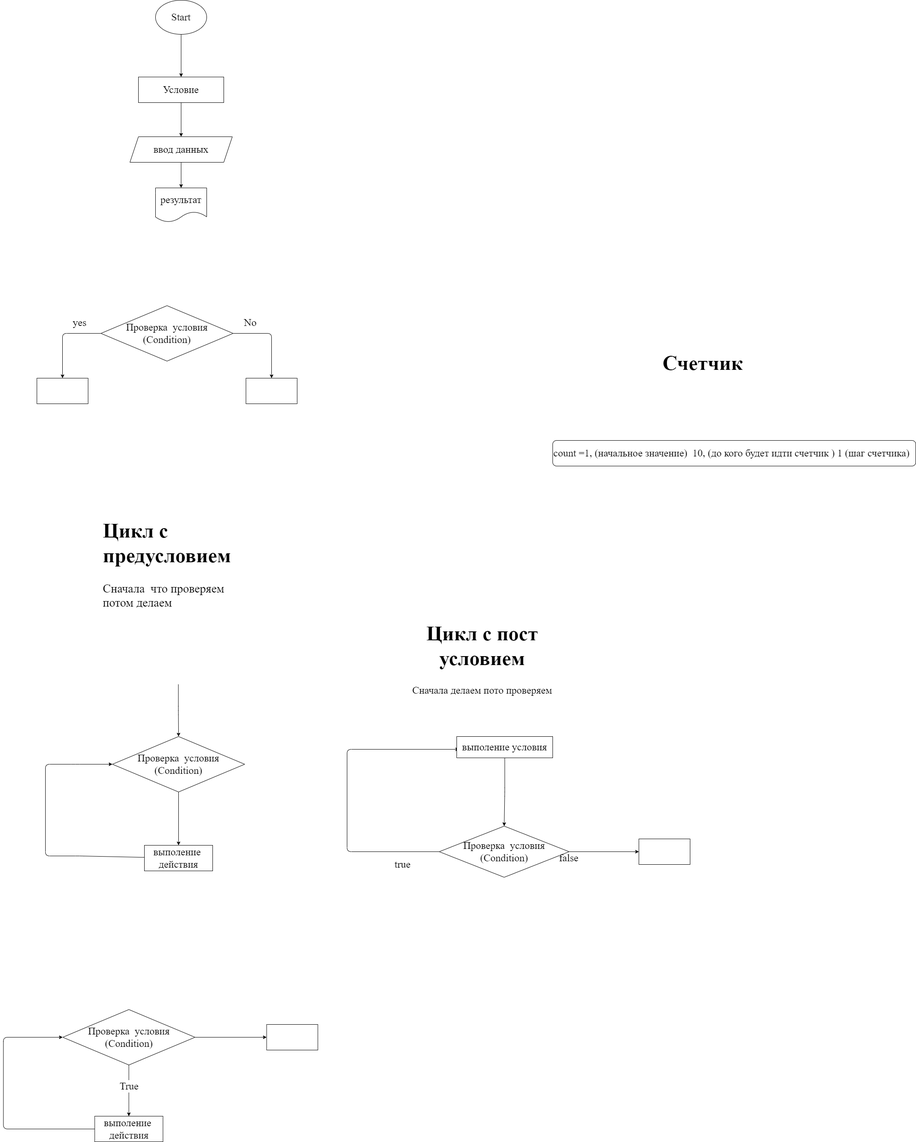
Earlier version of the draw.io export ex000.drawio.png (Fokin1991/practic). Source tidied: cells renumbered, new cells last; positions are measured from the earlier drawing's top-left corner, leaving out a move shared by most shapes. The source it was exported from:
```xml
<mxGraphModel>
  <root>
    <mxCell id="0" />
    <mxCell id="1" parent="0" />
    <mxCell id="2" style="edgeStyle=none;html=1;exitX=0.5;exitY=1;exitDx=0;exitDy=0;fontFamily=Times New Roman;fontSize=24;" parent="1" edge="1" source="3">
      <mxGeometry relative="1" as="geometry">
        <mxPoint x="416" y="180" as="targetPoint" />
      </mxGeometry>
    </mxCell>
    <mxCell id="3" value="&lt;font face=&quot;Times New Roman&quot; style=&quot;font-size: 24px&quot;&gt;Start&lt;/font&gt;" style="ellipse;whiteSpace=wrap;html=1;" parent="1" vertex="1">
      <mxGeometry x="356" width="120" height="80" as="geometry" />
    </mxCell>
    <mxCell id="4" style="edgeStyle=none;html=1;fontFamily=Times New Roman;fontSize=24;" parent="1" edge="1" source="5" target="7">
      <mxGeometry relative="1" as="geometry" />
    </mxCell>
    <mxCell id="5" value="Условие" style="rounded=0;whiteSpace=wrap;html=1;fontFamily=Times New Roman;fontSize=24;" parent="1" vertex="1">
      <mxGeometry x="316" y="180" width="200" height="60" as="geometry" />
    </mxCell>
    <mxCell id="6" style="edgeStyle=none;html=1;entryX=0.5;entryY=0;entryDx=0;entryDy=0;fontFamily=Times New Roman;fontSize=24;" parent="1" edge="1" source="7" target="8">
      <mxGeometry relative="1" as="geometry" />
    </mxCell>
    <mxCell id="7" value="ввод данных" style="shape=parallelogram;perimeter=parallelogramPerimeter;whiteSpace=wrap;html=1;fixedSize=1;fontSize=24;fontFamily=Times New Roman;rounded=0;" parent="1" vertex="1">
      <mxGeometry x="296" y="320" width="240" height="60" as="geometry" />
    </mxCell>
    <mxCell id="8" value="результат" style="shape=document;whiteSpace=wrap;html=1;boundedLbl=1;fontFamily=Times New Roman;fontSize=24;" parent="1" vertex="1">
      <mxGeometry x="356" y="440" width="120" height="80" as="geometry" />
    </mxCell>
    <mxCell id="9" style="edgeStyle=none;html=1;fontFamily=Times New Roman;fontSize=24;" parent="1" edge="1" source="11">
      <mxGeometry relative="1" as="geometry">
        <mxPoint x="138" y="886" as="targetPoint" />
        <Array as="points">
          <mxPoint x="138" y="781" />
        </Array>
      </mxGeometry>
    </mxCell>
    <mxCell id="10" style="edgeStyle=none;html=1;fontFamily=Times New Roman;fontSize=24;entryX=0.5;entryY=0;entryDx=0;entryDy=0;" parent="1" edge="1" source="11" target="13">
      <mxGeometry relative="1" as="geometry">
        <Array as="points">
          <mxPoint x="628" y="781" />
        </Array>
      </mxGeometry>
    </mxCell>
    <mxCell id="11" value="Проверка&amp;nbsp; условия&lt;br&gt;(Condition)" style="rhombus;whiteSpace=wrap;html=1;fontSize=24;fontFamily=Times New Roman;" parent="1" vertex="1">
      <mxGeometry x="228" y="716" width="310" height="130" as="geometry" />
    </mxCell>
    <mxCell id="12" style="rounded=0;whiteSpace=wrap;html=1;fontFamily=Times New Roman;fontSize=24;" parent="1" vertex="1">
      <mxGeometry x="78" y="886" width="120" height="60" as="geometry" />
    </mxCell>
    <mxCell id="13" style="rounded=0;whiteSpace=wrap;html=1;fontFamily=Times New Roman;fontSize=24;" parent="1" vertex="1">
      <mxGeometry x="568" y="886" width="120" height="60" as="geometry" />
    </mxCell>
    <mxCell id="14" value="yes" style="text;html=1;align=center;verticalAlign=middle;strokeColor=none;fillColor=none;fontSize=24;fontFamily=Times New Roman;" parent="1" vertex="1">
      <mxGeometry x="153" y="741" width="50" height="30" as="geometry" />
    </mxCell>
    <mxCell id="15" value="No" style="text;html=1;align=center;verticalAlign=middle;strokeColor=none;fillColor=none;fontSize=24;fontFamily=Times New Roman;" parent="1" vertex="1">
      <mxGeometry x="553" y="741" width="50" height="30" as="geometry" />
    </mxCell>
    <mxCell id="16" style="edgeStyle=orthogonalEdgeStyle;html=1;entryX=0.5;entryY=0;entryDx=0;entryDy=0;fontFamily=Times New Roman;fontSize=24;" parent="1" edge="1" source="17" target="19">
      <mxGeometry relative="1" as="geometry" />
    </mxCell>
    <mxCell id="17" value="Проверка&amp;nbsp; условия&lt;br&gt;(Condition)" style="rhombus;whiteSpace=wrap;html=1;fontSize=24;fontFamily=Times New Roman;" parent="1" vertex="1">
      <mxGeometry x="255" y="1726" width="310" height="130" as="geometry" />
    </mxCell>
    <mxCell id="18" style="edgeStyle=none;html=1;fontFamily=Times New Roman;fontSize=24;entryX=0;entryY=0.5;entryDx=0;entryDy=0;" parent="1" edge="1" source="19" target="17">
      <mxGeometry relative="1" as="geometry">
        <Array as="points">
          <mxPoint x="178" y="2006" />
          <mxPoint x="98" y="2006" />
          <mxPoint x="98" y="1791" />
          <mxPoint x="168" y="1791" />
        </Array>
      </mxGeometry>
    </mxCell>
    <mxCell id="19" value="выполение&amp;nbsp; действия" style="rounded=0;whiteSpace=wrap;html=1;fontFamily=Times New Roman;fontSize=24;" parent="1" vertex="1">
      <mxGeometry x="330" y="1981" width="160" height="60" as="geometry" />
    </mxCell>
    <mxCell id="20" style="edgeStyle=orthogonalEdgeStyle;html=1;entryX=0;entryY=0.5;entryDx=0;entryDy=0;fontFamily=Times New Roman;fontSize=24;" parent="1" edge="1" source="22" target="25">
      <mxGeometry relative="1" as="geometry" />
    </mxCell>
    <mxCell id="21" style="edgeStyle=orthogonalEdgeStyle;html=1;fontFamily=Times New Roman;fontSize=24;entryX=0.025;entryY=0.6;entryDx=0;entryDy=0;entryPerimeter=0;" parent="1" edge="1" source="22" target="24">
      <mxGeometry relative="1" as="geometry">
        <Array as="points">
          <mxPoint x="805" y="1996" />
          <mxPoint x="805" y="1756" />
        </Array>
      </mxGeometry>
    </mxCell>
    <mxCell id="22" value="Проверка&amp;nbsp; условия&lt;br&gt;(Condition)" style="rhombus;whiteSpace=wrap;html=1;fontSize=24;fontFamily=Times New Roman;" parent="1" vertex="1">
      <mxGeometry x="1021" y="1936" width="304.5" height="120" as="geometry" />
    </mxCell>
    <mxCell id="23" style="edgeStyle=orthogonalEdgeStyle;html=1;entryX=0.5;entryY=0;entryDx=0;entryDy=0;fontFamily=Times New Roman;fontSize=24;" parent="1" edge="1" source="24" target="22">
      <mxGeometry relative="1" as="geometry" />
    </mxCell>
    <mxCell id="24" value="выполение условия" style="rounded=0;whiteSpace=wrap;html=1;fontFamily=Times New Roman;fontSize=24;" parent="1" vertex="1">
      <mxGeometry x="1062" y="1726" width="225" height="50" as="geometry" />
    </mxCell>
    <mxCell id="25" style="rounded=0;whiteSpace=wrap;html=1;fontFamily=Times New Roman;fontSize=24;" parent="1" vertex="1">
      <mxGeometry x="1489" y="1966" width="120" height="60" as="geometry" />
    </mxCell>
    <mxCell id="26" value="false" style="text;html=1;strokeColor=none;fillColor=none;align=center;verticalAlign=middle;whiteSpace=wrap;rounded=0;fontFamily=Times New Roman;fontSize=24;" parent="1" vertex="1">
      <mxGeometry x="1295" y="1996" width="60" height="30" as="geometry" />
    </mxCell>
    <mxCell id="27" value="true" style="text;html=1;align=center;verticalAlign=middle;strokeColor=none;fillColor=none;fontSize=24;fontFamily=Times New Roman;" parent="1" vertex="1">
      <mxGeometry x="910" y="2011" width="50" height="30" as="geometry" />
    </mxCell>
    <mxCell id="28" style="edgeStyle=none;html=1;fontFamily=Times New Roman;fontSize=24;startArrow=none;" parent="1" edge="1" source="31">
      <mxGeometry relative="1" as="geometry">
        <mxPoint x="293.5" y="2616" as="targetPoint" />
      </mxGeometry>
    </mxCell>
    <mxCell id="29" style="edgeStyle=orthogonalEdgeStyle;html=1;entryX=0;entryY=0.5;entryDx=0;entryDy=0;fontFamily=Times New Roman;fontSize=24;" parent="1" edge="1" source="30" target="35">
      <mxGeometry relative="1" as="geometry" />
    </mxCell>
    <mxCell id="30" value="Проверка&amp;nbsp; условия&lt;br&gt;(Condition)" style="rhombus;whiteSpace=wrap;html=1;fontSize=24;fontFamily=Times New Roman;" parent="1" vertex="1">
      <mxGeometry x="138.5" y="2366" width="310" height="130" as="geometry" />
    </mxCell>
    <mxCell id="31" value="True" style="text;html=1;align=center;verticalAlign=middle;points=[];strokeColor=none;fillColor=none;fontSize=24;fontFamily=Times New Roman;" parent="1" vertex="1">
      <mxGeometry x="263.5" y="2531" width="60" height="30" as="geometry" />
    </mxCell>
    <mxCell id="32" style="edgeStyle=none;html=1;fontFamily=Times New Roman;fontSize=24;endArrow=none;" parent="1" edge="1" source="30" target="31">
      <mxGeometry relative="1" as="geometry" />
    </mxCell>
    <mxCell id="33" style="edgeStyle=none;html=1;fontFamily=Times New Roman;fontSize=24;entryX=0;entryY=0.5;entryDx=0;entryDy=0;" parent="1" edge="1" source="34" target="30">
      <mxGeometry relative="1" as="geometry">
        <Array as="points">
          <mxPoint x="79.5" y="2646" />
          <mxPoint x="-0.5" y="2646" />
          <mxPoint x="-0.5" y="2431" />
          <mxPoint x="69.5" y="2431" />
        </Array>
      </mxGeometry>
    </mxCell>
    <mxCell id="34" value="выполение&amp;nbsp; действия" style="rounded=0;whiteSpace=wrap;html=1;fontFamily=Times New Roman;fontSize=24;" parent="1" vertex="1">
      <mxGeometry x="213.5" y="2616" width="160" height="60" as="geometry" />
    </mxCell>
    <mxCell id="35" style="rounded=0;whiteSpace=wrap;html=1;fontFamily=Times New Roman;fontSize=24;" parent="1" vertex="1">
      <mxGeometry x="616.5" y="2401" width="120" height="60" as="geometry" />
    </mxCell>
    <mxCell id="36" value="count =1, (начальное значение)&amp;nbsp; 10, (до кого будет идти счетчик ) 1 (шаг счетчика)&amp;nbsp;" style="rounded=1;whiteSpace=wrap;html=1;fontFamily=Times New Roman;fontSize=24;align=left;" parent="1" vertex="1">
      <mxGeometry x="1287" y="1032" width="851" height="60" as="geometry" />
    </mxCell>
    <mxCell id="37" value="&lt;h1&gt;Цикл с пост условием&lt;/h1&gt;&lt;div&gt;Сначала делаем пото проверяем&lt;/div&gt;" style="text;html=1;strokeColor=none;fillColor=none;spacing=5;spacingTop=-20;whiteSpace=wrap;overflow=hidden;rounded=0;fontFamily=Times New Roman;fontSize=24;align=center;" parent="1" vertex="1">
      <mxGeometry x="914" y="1434" width="416" height="238" as="geometry" />
    </mxCell>
    <mxCell id="38" style="edgeStyle=orthogonalEdgeStyle;html=1;fontFamily=Times New Roman;fontSize=24;" parent="1" edge="1" source="39" target="17">
      <mxGeometry relative="1" as="geometry" />
    </mxCell>
    <mxCell id="39" value="&lt;h1&gt;Цикл с предусловием&lt;/h1&gt;&lt;p&gt;&lt;font style=&quot;font-size: 28px&quot;&gt;Сначала&amp;nbsp; что проверяем потом делаем&lt;/font&gt;&lt;/p&gt;" style="text;html=1;strokeColor=none;fillColor=none;spacing=5;spacingTop=-20;whiteSpace=wrap;overflow=hidden;rounded=0;fontFamily=Times New Roman;fontSize=24;" parent="1" vertex="1">
      <mxGeometry x="228" y="1193" width="363" height="411" as="geometry" />
    </mxCell>
    <mxCell id="40" value="&lt;h1&gt;Счетчик&lt;/h1&gt;&lt;p&gt;&lt;br&gt;&lt;/p&gt;" style="text;html=1;strokeColor=none;fillColor=none;spacing=5;spacingTop=-20;whiteSpace=wrap;overflow=hidden;rounded=0;fontFamily=Times New Roman;fontSize=24;align=center;" parent="1" vertex="1">
      <mxGeometry x="1481" y="800" width="316" height="130" as="geometry" />
    </mxCell>
  </root>
</mxGraphModel>
```
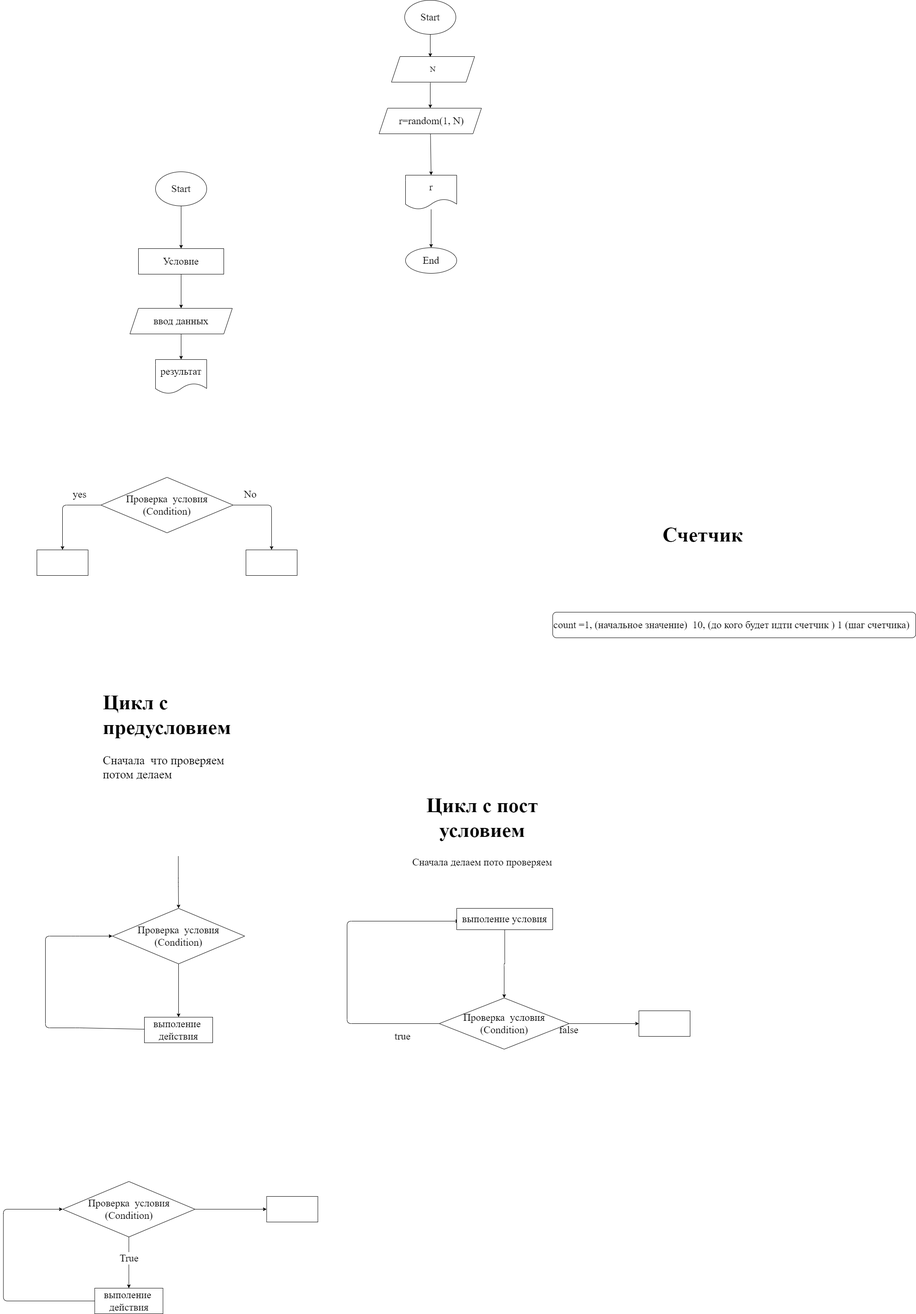
The same file after the commit.

Change to the diagram source:
```diff
@@ -151,5 +151,36 @@
     <mxCell id="40" value="&lt;h1&gt;Счетчик&lt;/h1&gt;&lt;p&gt;&lt;br&gt;&lt;/p&gt;" style="text;html=1;strokeColor=none;fillColor=none;spacing=5;spacingTop=-20;whiteSpace=wrap;overflow=hidden;rounded=0;fontFamily=Times New Roman;fontSize=24;align=center;" parent="1" vertex="1">
       <mxGeometry x="1481" y="800" width="316" height="130" as="geometry" />
     </mxCell>
+    <mxCell id="41" style="edgeStyle=none;html=1;entryX=0.5;entryY=0;entryDx=0;entryDy=0;" parent="1" edge="1" source="42">
+      <mxGeometry relative="1" as="geometry">
+        <mxPoint x="1000" y="-269" as="targetPoint" />
+      </mxGeometry>
+    </mxCell>
+    <mxCell id="42" value="&lt;font face=&quot;Times New Roman&quot; style=&quot;font-size: 24px&quot;&gt;Start&lt;/font&gt;" style="ellipse;whiteSpace=wrap;html=1;" parent="1" vertex="1">
+      <mxGeometry x="940" y="-402" width="120" height="80" as="geometry" />
+    </mxCell>
+    <mxCell id="43" style="edgeStyle=none;html=1;entryX=0.5;entryY=0;entryDx=0;entryDy=0;fontFamily=Times New Roman;fontSize=24;" parent="1" edge="1" source="44" target="46">
+      <mxGeometry relative="1" as="geometry" />
+    </mxCell>
+    <mxCell id="44" value="&amp;nbsp;r=random(1, N)" style="shape=parallelogram;perimeter=parallelogramPerimeter;whiteSpace=wrap;html=1;fixedSize=1;fontSize=24;fontFamily=Times New Roman;rounded=0;" parent="1" vertex="1">
+      <mxGeometry x="880" y="-149" width="240" height="60" as="geometry" />
+    </mxCell>
+    <mxCell id="45" style="edgeStyle=orthogonalEdgeStyle;html=1;fontFamily=Times New Roman;fontSize=18;" parent="1" edge="1" source="46" target="49">
+      <mxGeometry relative="1" as="geometry" />
+    </mxCell>
+    <mxCell id="46" value="r" style="shape=document;whiteSpace=wrap;html=1;boundedLbl=1;fontFamily=Times New Roman;fontSize=24;" parent="1" vertex="1">
+      <mxGeometry x="942" y="8" width="120" height="80" as="geometry" />
+    </mxCell>
+    <mxCell id="47" style="edgeStyle=orthogonalEdgeStyle;html=1;entryX=0.5;entryY=0;entryDx=0;entryDy=0;" parent="1" edge="1" target="44">
+      <mxGeometry relative="1" as="geometry">
+        <mxPoint x="1000" y="-209" as="sourcePoint" />
+      </mxGeometry>
+    </mxCell>
+    <mxCell id="48" value="N" style="shape=parallelogram;perimeter=parallelogramPerimeter;whiteSpace=wrap;html=1;fixedSize=1;fontFamily=Times New Roman;fontSize=18;" parent="1" vertex="1">
+      <mxGeometry x="909" y="-270" width="195" height="60" as="geometry" />
+    </mxCell>
+    <mxCell id="49" value="End" style="ellipse;whiteSpace=wrap;html=1;fontSize=24;fontFamily=Times New Roman;" parent="1" vertex="1">
+      <mxGeometry x="942" y="178" width="120" height="60" as="geometry" />
+    </mxCell>
   </root>
 </mxGraphModel>
```
